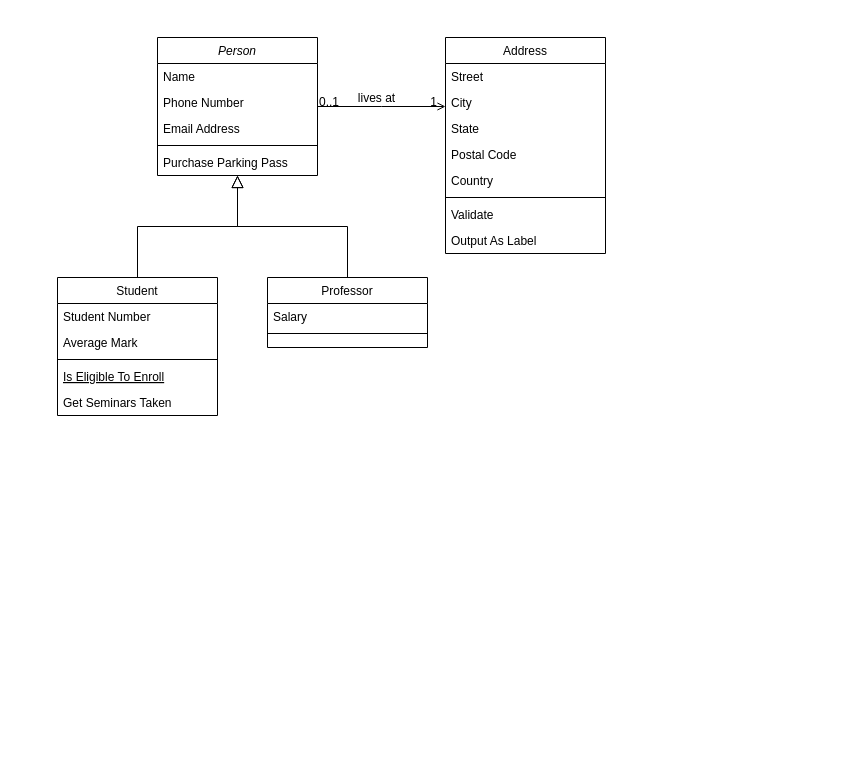
Above: lb_klassendiagramm.drawio in ferreric/ffhs_swem (draw.io), before the change. Source tidied: cells renumbered, new cells numbered last; positions are measured from the earlier drawing's top-left corner, leaving out a move shared by most shapes. Both pictures are drawn from the tidied source at 100%, with x=0, y=0 at pixel (57, 37).
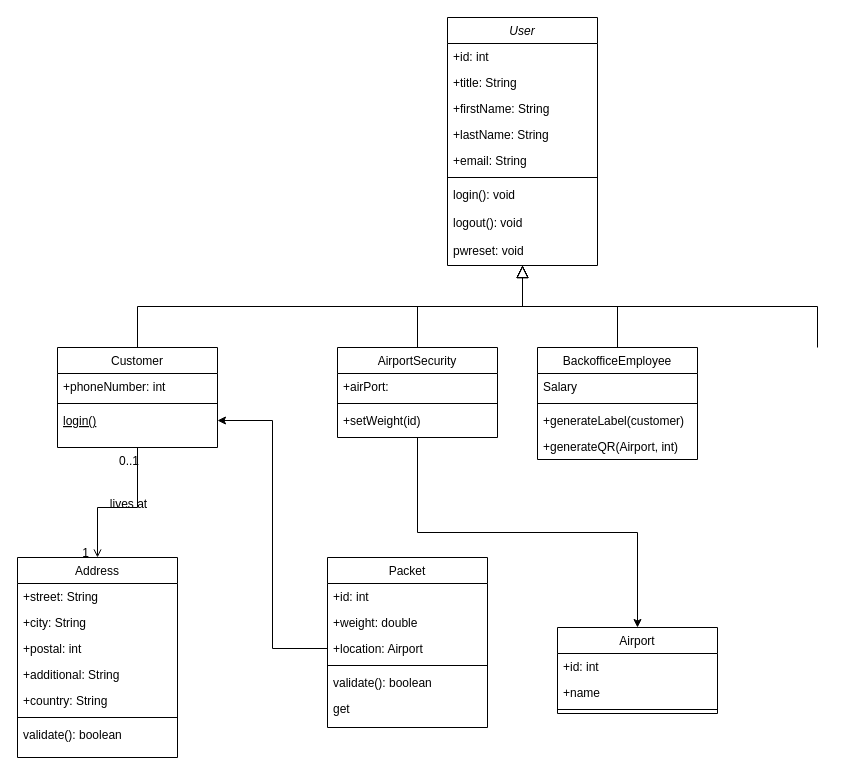
After the change.

Change to the diagram source:
```diff
@@
-    <mxCell id="2" value="Person" style="swimlane;fontStyle=2;align=center;verticalAlign=top;horizontal=1;startSize=26;rounded=0;shadow=0;strokeWidth=1;" parent="1" vertex="1">
-      <mxGeometry x="100" width="160" height="138" as="geometry" />
+    <mxCell id="2" value="User" style="swimlane;fontStyle=2;align=center;verticalAlign=top;horizontal=1;startSize=26;rounded=0;shadow=0;strokeWidth=1;" parent="1" vertex="1">
+      <mxGeometry x="390" y="-20" width="150" height="248" as="geometry" />
     </mxCell>
-    <mxCell id="3" value="Name" style="text;align=left;verticalAlign=top;spacingLeft=4;spacingRight=4;overflow=hidden;" parent="2" vertex="1">
-      <mxGeometry y="26" width="160" height="26" as="geometry" />
+    <mxCell id="3" value="+id: int" style="text;align=left;verticalAlign=top;spacingLeft=4;spacingRight=4;overflow=hidden;" parent="2" vertex="1">
+      <mxGeometry y="26" width="150" height="26" as="geometry" />
     </mxCell>
+    <mxCell id="32" value="+title: String" style="text;align=left;verticalAlign=top;spacingLeft=4;spacingRight=4;overflow=hidden;" parent="2" vertex="1">
+      <mxGeometry y="52" width="150" height="26" as="geometry" />
+    </mxCell>
-    <mxCell id="4" value="Phone Number" style="text;align=left;verticalAlign=top;spacingLeft=4;spacingRight=4;overflow=hidden;rounded=0;shadow=0;html=0;" parent="2" vertex="1">
-      <mxGeometry y="52" width="160" height="26" as="geometry" />
+    <mxCell id="4" value="+firstName: String" style="text;align=left;verticalAlign=top;spacingLeft=4;spacingRight=4;overflow=hidden;rounded=0;shadow=0;html=0;" parent="2" vertex="1">
+      <mxGeometry y="78" width="150" height="26" as="geometry" />
     </mxCell>
-    <mxCell id="5" value="Email Address" style="text;align=left;verticalAlign=top;spacingLeft=4;spacingRight=4;overflow=hidden;rounded=0;shadow=0;html=0;" parent="2" vertex="1">
-      <mxGeometry y="78" width="160" height="26" as="geometry" />
+    <mxCell id="5" value="+lastName: String" style="text;align=left;verticalAlign=top;spacingLeft=4;spacingRight=4;overflow=hidden;rounded=0;shadow=0;html=0;" parent="2" vertex="1">
+      <mxGeometry y="104" width="150" height="26" as="geometry" />
     </mxCell>
+    <mxCell id="33" value="+email: String" style="text;align=left;verticalAlign=top;spacingLeft=4;spacingRight=4;overflow=hidden;rounded=0;shadow=0;html=0;" parent="2" vertex="1">
+      <mxGeometry y="130" width="150" height="26" as="geometry" />
+    </mxCell>
     <mxCell id="6" style="line;html=1;strokeWidth=1;align=left;verticalAlign=middle;spacingTop=-1;spacingLeft=3;spacingRight=3;labelPosition=right;" parent="2" vertex="1">
-      <mxGeometry y="104" width="160" height="8" as="geometry" />
+      <mxGeometry y="156" width="150" height="8" as="geometry" />
     </mxCell>
-    <mxCell id="7" value="Purchase Parking Pass" style="text;align=left;verticalAlign=top;spacingLeft=4;spacingRight=4;overflow=hidden;" parent="2" vertex="1">
-      <mxGeometry y="112" width="160" height="26" as="geometry" />
+    <mxCell id="7" value="login(): void" style="text;align=left;verticalAlign=top;spacingLeft=4;spacingRight=4;overflow=hidden;" parent="2" vertex="1">
+      <mxGeometry y="164" width="150" height="28" as="geometry" />
     </mxCell>
+    <mxCell id="34" value="logout(): void" style="text;align=left;verticalAlign=top;spacingLeft=4;spacingRight=4;overflow=hidden;" parent="2" vertex="1">
+      <mxGeometry y="192" width="150" height="28" as="geometry" />
+    </mxCell>
+    <mxCell id="35" value="pwreset: void" style="text;align=left;verticalAlign=top;spacingLeft=4;spacingRight=4;overflow=hidden;points=[[0,0.5],[1,0.5]];portConstraint=eastwest;" parent="2" vertex="1">
+      <mxGeometry y="220" width="150" height="28" as="geometry" />
+    </mxCell>
-    <mxCell id="8" value="Student" style="swimlane;fontStyle=0;align=center;verticalAlign=top;horizontal=1;startSize=26;rounded=0;shadow=0;strokeWidth=1;" parent="1" vertex="1">
-      <mxGeometry y="240" width="160" height="138" as="geometry" />
+    <mxCell id="8" value="Customer" style="swimlane;fontStyle=0;align=center;verticalAlign=top;horizontal=1;startSize=26;rounded=0;shadow=0;strokeWidth=1;" parent="1" vertex="1">
+      <mxGeometry y="310" width="160" height="100" as="geometry" />
     </mxCell>
-    <mxCell id="9" value="Student Number" style="text;align=left;verticalAlign=top;spacingLeft=4;spacingRight=4;overflow=hidden;" parent="8" vertex="1">
-      <mxGeometry y="26" width="160" height="26" as="geometry" />
-    </mxCell>
-    <mxCell id="10" value="Average Mark" style="text;align=left;verticalAlign=top;spacingLeft=4;spacingRight=4;overflow=hidden;rounded=0;shadow=0;html=0;" parent="8" vertex="1">
-      <mxGeometry y="52" width="160" height="26" as="geometry" />
-    </mxCell>
+    <mxCell id="36" value="+phoneNumber: int&#10;" style="text;align=left;verticalAlign=top;spacingLeft=4;spacingRight=4;overflow=hidden;rounded=0;shadow=0;html=0;" parent="8" vertex="1">
+      <mxGeometry y="26" width="160" height="26" as="geometry" />
+    </mxCell>
     <mxCell id="11" style="line;html=1;strokeWidth=1;align=left;verticalAlign=middle;spacingTop=-1;spacingLeft=3;spacingRight=3;labelPosition=right;" parent="8" vertex="1">
-      <mxGeometry y="78" width="160" height="8" as="geometry" />
+      <mxGeometry y="52" width="160" height="8" as="geometry" />
     </mxCell>
-    <mxCell id="12" value="Is Eligible To Enroll" style="text;align=left;verticalAlign=top;spacingLeft=4;spacingRight=4;overflow=hidden;points=[[0,0.5],[1,0.5]];portConstraint=eastwest;fontStyle=4;" parent="8" vertex="1">
-      <mxGeometry y="86" width="160" height="26" as="geometry" />
+    <mxCell id="12" value="login()" style="text;align=left;verticalAlign=top;spacingLeft=4;spacingRight=4;overflow=hidden;points=[[0,0.5],[1,0.5]];portConstraint=eastwest;fontStyle=4;" parent="8" vertex="1">
+      <mxGeometry y="60" width="160" height="26" as="geometry" />
     </mxCell>
-    <mxCell id="13" value="Get Seminars Taken" style="text;align=left;verticalAlign=top;spacingLeft=4;spacingRight=4;overflow=hidden;" parent="8" vertex="1">
-      <mxGeometry y="112" width="160" height="26" as="geometry" />
-    </mxCell>
@@
+    <mxCell id="37" style="edgeStyle=orthogonalEdgeStyle;rounded=0;jettySize=auto;html=1;exitX=0.5;exitY=1;exitDx=0;exitDy=0;entryX=0.5;entryY=0;entryDx=0;entryDy=0;" parent="1" edge="1" source="15" target="54">
+      <mxGeometry relative="1" as="geometry" />
+    </mxCell>
-    <mxCell id="15" value="Professor" style="swimlane;fontStyle=0;align=center;verticalAlign=top;horizontal=1;startSize=26;rounded=0;shadow=0;strokeWidth=1;" parent="1" vertex="1">
-      <mxGeometry x="210" y="240" width="160" height="70" as="geometry" />
+    <mxCell id="15" value="AirportSecurity" style="swimlane;fontStyle=0;align=center;verticalAlign=top;horizontal=1;startSize=26;rounded=0;shadow=0;strokeWidth=1;" parent="1" vertex="1">
+      <mxGeometry x="280" y="310" width="160" height="90" as="geometry" />
     </mxCell>
-    <mxCell id="16" value="Salary" style="text;align=left;verticalAlign=top;spacingLeft=4;spacingRight=4;overflow=hidden;" parent="15" vertex="1">
+    <mxCell id="16" value="+airPort:" style="text;align=left;verticalAlign=top;spacingLeft=4;spacingRight=4;overflow=hidden;" parent="15" vertex="1">
       <mxGeometry y="26" width="160" height="26" as="geometry" />
     </mxCell>
@@
+    <mxCell id="38" value="+setWeight(id)" style="text;align=left;verticalAlign=top;spacingLeft=4;spacingRight=4;overflow=hidden;" parent="15" vertex="1">
+      <mxGeometry y="60" width="160" height="26" as="geometry" />
+    </mxCell>
@@
     <mxCell id="19" value="Address" style="swimlane;fontStyle=0;align=center;verticalAlign=top;horizontal=1;startSize=26;rounded=0;shadow=0;strokeWidth=1;" parent="1" vertex="1">
-      <mxGeometry x="388" width="160" height="216" as="geometry" />
+      <mxGeometry x="-40" y="520" width="160" height="200" as="geometry" />
     </mxCell>
-    <mxCell id="20" value="Street" style="text;align=left;verticalAlign=top;spacingLeft=4;spacingRight=4;overflow=hidden;" parent="19" vertex="1">
+    <mxCell id="20" value="+street: String" style="text;align=left;verticalAlign=top;spacingLeft=4;spacingRight=4;overflow=hidden;" parent="19" vertex="1">
       <mxGeometry y="26" width="160" height="26" as="geometry" />
     </mxCell>
-    <mxCell id="21" value="City" style="text;align=left;verticalAlign=top;spacingLeft=4;spacingRight=4;overflow=hidden;rounded=0;shadow=0;html=0;" parent="19" vertex="1">
+    <mxCell id="21" value="+city: String" style="text;align=left;verticalAlign=top;spacingLeft=4;spacingRight=4;overflow=hidden;rounded=0;shadow=0;html=0;" parent="19" vertex="1">
       <mxGeometry y="52" width="160" height="26" as="geometry" />
     </mxCell>
-    <mxCell id="22" value="State" style="text;align=left;verticalAlign=top;spacingLeft=4;spacingRight=4;overflow=hidden;rounded=0;shadow=0;html=0;" parent="19" vertex="1">
+    <mxCell id="22" value="+postal: int" style="text;align=left;verticalAlign=top;spacingLeft=4;spacingRight=4;overflow=hidden;rounded=0;shadow=0;html=0;" parent="19" vertex="1">
       <mxGeometry y="78" width="160" height="26" as="geometry" />
     </mxCell>
-    <mxCell id="23" value="Postal Code" style="text;align=left;verticalAlign=top;spacingLeft=4;spacingRight=4;overflow=hidden;rounded=0;shadow=0;html=0;" parent="19" vertex="1">
+    <mxCell id="23" value="+additional: String" style="text;align=left;verticalAlign=top;spacingLeft=4;spacingRight=4;overflow=hidden;rounded=0;shadow=0;html=0;" parent="19" vertex="1">
       <mxGeometry y="104" width="160" height="26" as="geometry" />
     </mxCell>
-    <mxCell id="24" value="Country" style="text;align=left;verticalAlign=top;spacingLeft=4;spacingRight=4;overflow=hidden;rounded=0;shadow=0;html=0;" parent="19" vertex="1">
+    <mxCell id="24" value="+country: String" style="text;align=left;verticalAlign=top;spacingLeft=4;spacingRight=4;overflow=hidden;rounded=0;shadow=0;html=0;" parent="19" vertex="1">
       <mxGeometry y="130" width="160" height="26" as="geometry" />
     </mxCell>
@@
-    <mxCell id="26" value="Validate" style="text;align=left;verticalAlign=top;spacingLeft=4;spacingRight=4;overflow=hidden;" parent="19" vertex="1">
+    <mxCell id="26" value="validate(): boolean" style="text;align=left;verticalAlign=top;spacingLeft=4;spacingRight=4;overflow=hidden;" parent="19" vertex="1">
       <mxGeometry y="164" width="160" height="26" as="geometry" />
     </mxCell>
-    <mxCell id="27" value="Output As Label" style="text;align=left;verticalAlign=top;spacingLeft=4;spacingRight=4;overflow=hidden;" parent="19" vertex="1">
-      <mxGeometry y="190" width="160" height="26" as="geometry" />
-    </mxCell>
-    <mxCell id="28" style="endArrow=open;shadow=0;strokeWidth=1;rounded=0;endFill=1;edgeStyle=elbowEdgeStyle;elbow=vertical;" parent="1" edge="1" source="2" target="19">
+    <mxCell id="28" style="endArrow=open;shadow=0;strokeWidth=1;rounded=0;endFill=1;edgeStyle=elbowEdgeStyle;elbow=vertical;exitX=0.5;exitY=1;exitDx=0;exitDy=0;entryX=0.5;entryY=0;entryDx=0;entryDy=0;" parent="1" edge="1" source="8" target="19">
       <mxGeometry x="0.5" y="41" relative="1" as="geometry">
+        <Array as="points">
+          <mxPoint x="40" y="470" />
+          <mxPoint x="120" y="360" />
+        </Array>
         <mxPoint x="-40" y="32" as="offset" />
       </mxGeometry>
     </mxCell>
     <mxCell id="29" value="0..1" style="align=left;verticalAlign=bottom;labelBackgroundColor=none;fontSize=12;" parent="28" vertex="1">
       <mxGeometry x="-1" relative="1" as="geometry">
-        <mxPoint y="4" as="offset" />
+        <mxPoint x="-20" y="22" as="offset" />
       </mxGeometry>
     </mxCell>
@@
     <mxCell id="31" value="lives at" style="text;html=1;align=center;verticalAlign=middle;labelBackgroundColor=none;rounded=0;shadow=0;strokeWidth=1;fontSize=12;" parent="28" vertex="1">
       <mxGeometry x="0.5" y="49" relative="1" as="geometry">
-        <mxPoint x="-38" y="40" as="offset" />
+        <mxPoint x="-19" y="-17" as="offset" />
       </mxGeometry>
     </mxCell>
+    <mxCell id="39" value="Packet" style="swimlane;fontStyle=0;align=center;verticalAlign=top;horizontal=1;startSize=26;rounded=0;shadow=0;strokeWidth=1;" parent="1" vertex="1">
+      <mxGeometry x="270" y="520" width="160" height="170" as="geometry" />
+    </mxCell>
+    <mxCell id="40" value="+id: int" style="text;align=left;verticalAlign=top;spacingLeft=4;spacingRight=4;overflow=hidden;" parent="39" vertex="1">
+      <mxGeometry y="26" width="160" height="26" as="geometry" />
+    </mxCell>
+    <mxCell id="41" value="+weight: double" style="text;align=left;verticalAlign=top;spacingLeft=4;spacingRight=4;overflow=hidden;rounded=0;shadow=0;html=0;" parent="39" vertex="1">
+      <mxGeometry y="52" width="160" height="26" as="geometry" />
+    </mxCell>
+    <mxCell id="42" value="+location: Airport" style="text;align=left;verticalAlign=top;spacingLeft=4;spacingRight=4;overflow=hidden;points=[[0,0.5],[1,0.5]];portConstraint=eastwest;rounded=0;shadow=0;html=0;" parent="39" vertex="1">
+      <mxGeometry y="78" width="160" height="26" as="geometry" />
+    </mxCell>
+    <mxCell id="43" style="line;html=1;strokeWidth=1;align=left;verticalAlign=middle;spacingTop=-1;spacingLeft=3;spacingRight=3;labelPosition=right;" parent="39" vertex="1">
+      <mxGeometry y="104" width="160" height="8" as="geometry" />
+    </mxCell>
+    <mxCell id="44" value="validate(): boolean" style="text;align=left;verticalAlign=top;spacingLeft=4;spacingRight=4;overflow=hidden;" parent="39" vertex="1">
+      <mxGeometry y="112" width="160" height="26" as="geometry" />
+    </mxCell>
+    <mxCell id="45" value="get" style="text;align=left;verticalAlign=top;spacingLeft=4;spacingRight=4;overflow=hidden;" parent="39" vertex="1">
+      <mxGeometry y="138" width="160" height="26" as="geometry" />
+    </mxCell>
+    <mxCell id="46" style="edgeStyle=orthogonalEdgeStyle;rounded=0;jettySize=auto;html=1;exitX=0;exitY=0.5;exitDx=0;exitDy=0;entryX=1;entryY=0.5;entryDx=0;entryDy=0;" parent="1" edge="1" source="42" target="12">
+      <mxGeometry relative="1" as="geometry" />
+    </mxCell>
+    <mxCell id="47" value="BackofficeEmployee" style="swimlane;fontStyle=0;align=center;verticalAlign=top;horizontal=1;startSize=26;rounded=0;shadow=0;strokeWidth=1;" parent="1" vertex="1">
+      <mxGeometry x="480" y="310" width="160" height="112" as="geometry" />
+    </mxCell>
+    <mxCell id="48" value="Salary" style="text;align=left;verticalAlign=top;spacingLeft=4;spacingRight=4;overflow=hidden;" parent="47" vertex="1">
+      <mxGeometry y="26" width="160" height="26" as="geometry" />
+    </mxCell>
+    <mxCell id="49" style="line;html=1;strokeWidth=1;align=left;verticalAlign=middle;spacingTop=-1;spacingLeft=3;spacingRight=3;labelPosition=right;" parent="47" vertex="1">
+      <mxGeometry y="52" width="160" height="8" as="geometry" />
+    </mxCell>
+    <mxCell id="50" value="+generateLabel(customer)&#10;" style="text;align=left;verticalAlign=top;spacingLeft=4;spacingRight=4;overflow=hidden;" parent="47" vertex="1">
+      <mxGeometry y="60" width="160" height="26" as="geometry" />
+    </mxCell>
+    <mxCell id="51" value="+generateQR(Airport, int)&#10;" style="text;align=left;verticalAlign=top;spacingLeft=4;spacingRight=4;overflow=hidden;" parent="47" vertex="1">
+      <mxGeometry y="86" width="160" height="26" as="geometry" />
+    </mxCell>
+    <mxCell id="52" style="endArrow=block;endSize=10;endFill=0;shadow=0;strokeWidth=1;rounded=0;edgeStyle=elbowEdgeStyle;elbow=vertical;" parent="1" edge="1" target="35">
+      <mxGeometry relative="1" as="geometry">
+        <mxPoint x="560" y="310" as="sourcePoint" />
+      </mxGeometry>
+    </mxCell>
+    <mxCell id="53" style="endArrow=block;endSize=10;endFill=0;shadow=0;strokeWidth=1;rounded=0;edgeStyle=elbowEdgeStyle;elbow=vertical;" parent="1" edge="1" target="35">
+      <mxGeometry relative="1" as="geometry">
+        <mxPoint x="760" y="310" as="sourcePoint" />
+      </mxGeometry>
+    </mxCell>
+    <mxCell id="54" value="Airport" style="swimlane;fontStyle=0;align=center;verticalAlign=top;horizontal=1;startSize=26;rounded=0;shadow=0;strokeWidth=1;" parent="1" vertex="1">
+      <mxGeometry x="500" y="590" width="160" height="86" as="geometry" />
+    </mxCell>
+    <mxCell id="55" value="+id: int&#10;" style="text;align=left;verticalAlign=top;spacingLeft=4;spacingRight=4;overflow=hidden;" parent="54" vertex="1">
+      <mxGeometry y="26" width="160" height="26" as="geometry" />
+    </mxCell>
+    <mxCell id="56" value="+name" style="text;align=left;verticalAlign=top;spacingLeft=4;spacingRight=4;overflow=hidden;" parent="54" vertex="1">
+      <mxGeometry y="52" width="160" height="26" as="geometry" />
+    </mxCell>
+    <mxCell id="57" style="line;html=1;strokeWidth=1;align=left;verticalAlign=middle;spacingTop=-1;spacingLeft=3;spacingRight=3;labelPosition=right;" parent="54" vertex="1">
+      <mxGeometry y="78" width="160" height="8" as="geometry" />
+    </mxCell>
```
